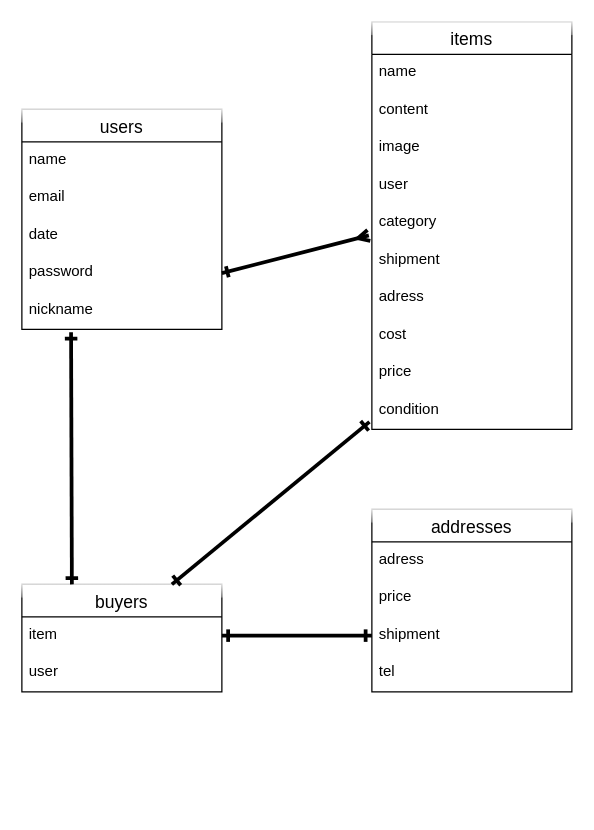
The draw.io diagram furima.dio in shota113/furima-39404, before the edit. Source tidied: cells renumbered, new cells numbered last; positions are measured from the earlier drawing's top-left corner, leaving out a move shared by most shapes. Both pictures are drawn from the tidied source at 125%, with x=0, y=0 at pixel (21, 21).
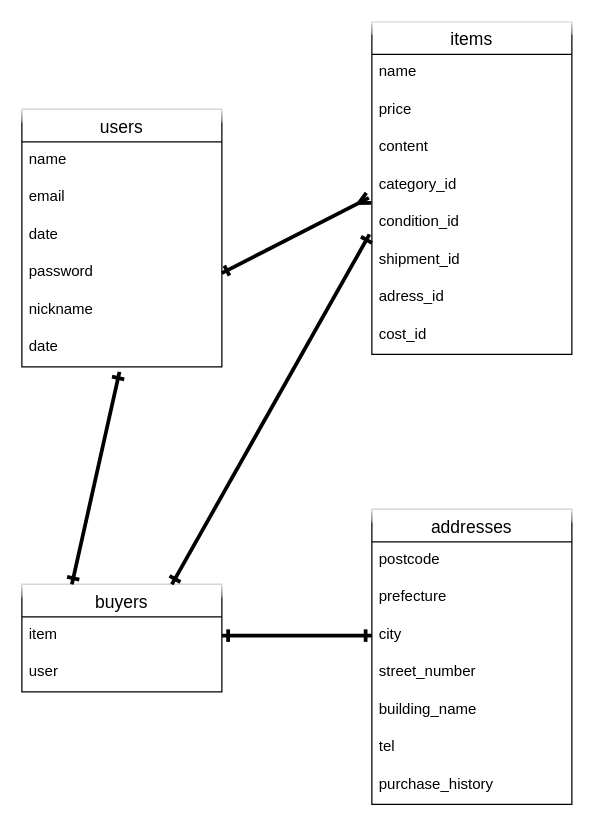
After the change.

The change refers to these unchanged cells:
```xml
<mxCell id="7" value="nickname" style="text;strokeColor=none;fillColor=none;spacingLeft=4;spacingRight=4;overflow=hidden;points=[[0,0.5],[1,0.5]];portConstraint=eastwest;fontSize=12;glass=1;labelBackgroundColor=default;labelBorderColor=none;" parent="2" vertex="1">
  <mxGeometry y="146" width="160" height="30" as="geometry" />
</mxCell>
<mxCell id="19" value="buyers" style="swimlane;fontStyle=0;horizontal=1;startSize=26;align=center;fontSize=14;glass=1;labelBackgroundColor=none;labelBorderColor=none;" parent="1" vertex="1">
  <mxGeometry y="450" width="160" height="86" as="geometry" />
</mxCell>
```

What changed in the source:
```diff
@@
     <mxCell id="2" value="users" style="swimlane;fontStyle=0;horizontal=1;startSize=26;align=center;fontSize=14;glass=1;labelBorderColor=none;swimlaneLine=1;fillColor=default;strokeColor=default;" parent="1" vertex="1">
-      <mxGeometry y="70" width="160" height="176" as="geometry" />
+      <mxGeometry y="70" width="160" height="206" as="geometry" />
     </mxCell>
@@
+    <mxCell id="31" value="date" style="text;strokeColor=none;fillColor=none;spacingLeft=4;spacingRight=4;overflow=hidden;points=[[0,0.5],[1,0.5]];portConstraint=eastwest;fontSize=12;glass=1;labelBackgroundColor=none;labelBorderColor=none;" parent="2" vertex="1">
+      <mxGeometry y="176" width="160" height="30" as="geometry" />
+    </mxCell>
     <mxCell id="8" value="items" style="swimlane;fontStyle=0;horizontal=1;startSize=26;align=center;fontSize=14;glass=1;" parent="1" vertex="1">
-      <mxGeometry x="280" width="160" height="326" as="geometry" />
+      <mxGeometry x="280" width="160" height="266" as="geometry" />
     </mxCell>
@@
+    <mxCell id="17" value="price" style="text;strokeColor=none;fillColor=none;spacingLeft=4;spacingRight=4;overflow=hidden;fontSize=12;glass=1;labelBackgroundColor=none;labelBorderColor=none;" parent="8" vertex="1">
+      <mxGeometry y="56" width="160" height="30" as="geometry" />
+    </mxCell>
     <mxCell id="10" value="content" style="text;strokeColor=none;fillColor=none;spacingLeft=4;spacingRight=4;overflow=hidden;fontSize=12;glass=1;" parent="8" vertex="1">
-      <mxGeometry y="56" width="160" height="30" as="geometry" />
+      <mxGeometry y="86" width="160" height="30" as="geometry" />
     </mxCell>
-    <mxCell id="11" value="image" style="text;strokeColor=none;fillColor=none;spacingLeft=4;spacingRight=4;overflow=hidden;fontSize=12;glass=1;" parent="8" vertex="1">
-      <mxGeometry y="86" width="160" height="30" as="geometry" />
-    </mxCell>
-    <mxCell id="12" value="user" style="text;strokeColor=none;fillColor=none;spacingLeft=4;spacingRight=4;overflow=hidden;fontSize=12;glass=1;" parent="8" vertex="1">
-      <mxGeometry y="116" width="160" height="30" as="geometry" />
-    </mxCell>
-    <mxCell id="13" value="category" style="text;strokeColor=none;fillColor=none;spacingLeft=4;spacingRight=4;overflow=hidden;points=[[0,0.5],[1,0.5]];portConstraint=eastwest;fontSize=12;glass=1;labelBackgroundColor=none;labelBorderColor=none;" parent="8" vertex="1">
-      <mxGeometry y="146" width="160" height="30" as="geometry" />
+    <mxCell id="13" value="category_id" style="text;strokeColor=none;fillColor=none;spacingLeft=4;spacingRight=4;overflow=hidden;points=[[0,0.5],[1,0.5]];portConstraint=eastwest;fontSize=12;glass=1;labelBackgroundColor=none;labelBorderColor=none;" parent="8" vertex="1">
+      <mxGeometry y="116" width="160" height="30" as="geometry" />
     </mxCell>
+    <mxCell id="18" value="condition_id" style="text;strokeColor=none;fillColor=none;spacingLeft=4;spacingRight=4;overflow=hidden;points=[[0,0.5],[1,0.5]];portConstraint=eastwest;fontSize=12;glass=1;labelBackgroundColor=none;labelBorderColor=none;" parent="8" vertex="1">
+      <mxGeometry y="146" width="160" height="30" as="geometry" />
+    </mxCell>
-    <mxCell id="14" value="shipment" style="text;strokeColor=none;fillColor=none;spacingLeft=4;spacingRight=4;overflow=hidden;fontSize=12;glass=1;labelBackgroundColor=none;labelBorderColor=none;" parent="8" vertex="1">
+    <mxCell id="14" value="shipment_id" style="text;strokeColor=none;fillColor=none;spacingLeft=4;spacingRight=4;overflow=hidden;fontSize=12;glass=1;labelBackgroundColor=none;labelBorderColor=none;" parent="8" vertex="1">
       <mxGeometry y="176" width="160" height="30" as="geometry" />
     </mxCell>
-    <mxCell id="15" value="adress" style="text;strokeColor=none;fillColor=none;spacingLeft=4;spacingRight=4;overflow=hidden;fontSize=12;glass=1;labelBackgroundColor=none;labelBorderColor=none;" parent="8" vertex="1">
+    <mxCell id="15" value="adress_id" style="text;strokeColor=none;fillColor=none;spacingLeft=4;spacingRight=4;overflow=hidden;fontSize=12;glass=1;labelBackgroundColor=none;labelBorderColor=none;" parent="8" vertex="1">
       <mxGeometry y="206" width="160" height="30" as="geometry" />
     </mxCell>
-    <mxCell id="16" value="cost" style="text;strokeColor=none;fillColor=none;spacingLeft=4;spacingRight=4;overflow=hidden;fontSize=12;glass=1;labelBackgroundColor=none;labelBorderColor=none;" parent="8" vertex="1">
+    <mxCell id="16" value="cost_id" style="text;strokeColor=none;fillColor=none;spacingLeft=4;spacingRight=4;overflow=hidden;fontSize=12;glass=1;labelBackgroundColor=none;labelBorderColor=none;" parent="8" vertex="1">
       <mxGeometry y="236" width="160" height="30" as="geometry" />
     </mxCell>
-    <mxCell id="17" value="price" style="text;strokeColor=none;fillColor=none;spacingLeft=4;spacingRight=4;overflow=hidden;fontSize=12;glass=1;labelBackgroundColor=none;labelBorderColor=none;" parent="8" vertex="1">
-      <mxGeometry y="266" width="160" height="30" as="geometry" />
-    </mxCell>
-    <mxCell id="18" value="condition" style="text;strokeColor=none;fillColor=none;spacingLeft=4;spacingRight=4;overflow=hidden;points=[[0,0.5],[1,0.5]];portConstraint=eastwest;fontSize=12;glass=1;labelBackgroundColor=none;labelBorderColor=none;" parent="8" vertex="1">
-      <mxGeometry y="296" width="160" height="30" as="geometry" />
-    </mxCell>
@@
     <mxCell id="22" value="addresses" style="swimlane;fontStyle=0;horizontal=1;startSize=26;align=center;fontSize=14;glass=1;" parent="1" vertex="1">
-      <mxGeometry x="280" y="390" width="160" height="146" as="geometry" />
+      <mxGeometry x="280" y="390" width="160" height="236" as="geometry" />
     </mxCell>
-    <mxCell id="23" value="adress   &#10;" style="text;strokeColor=none;fillColor=none;spacingLeft=4;spacingRight=4;overflow=hidden;fontSize=12;glass=1;" parent="22" vertex="1">
+    <mxCell id="23" value="postcode    " style="text;strokeColor=none;fillColor=none;spacingLeft=4;spacingRight=4;overflow=hidden;fontSize=12;glass=1;" parent="22" vertex="1">
       <mxGeometry y="26" width="160" height="30" as="geometry" />
     </mxCell>
-    <mxCell id="24" value="price" style="text;strokeColor=none;fillColor=none;spacingLeft=4;spacingRight=4;overflow=hidden;fontSize=12;glass=1;labelBackgroundColor=none;labelBorderColor=none;" parent="22" vertex="1">
+    <mxCell id="24" value="prefecture" style="text;strokeColor=none;fillColor=none;spacingLeft=4;spacingRight=4;overflow=hidden;fontSize=12;glass=1;labelBackgroundColor=none;labelBorderColor=none;" parent="22" vertex="1">
       <mxGeometry y="56" width="160" height="30" as="geometry" />
     </mxCell>
-    <mxCell id="25" value="shipment" style="text;strokeColor=none;fillColor=none;spacingLeft=4;spacingRight=4;overflow=hidden;points=[[0,0.5],[1,0.5]];portConstraint=eastwest;fontSize=12;glass=1;labelBackgroundColor=none;labelBorderColor=none;" parent="22" vertex="1">
+    <mxCell id="25" value="city" style="text;strokeColor=none;fillColor=none;spacingLeft=4;spacingRight=4;overflow=hidden;points=[[0,0.5],[1,0.5]];portConstraint=eastwest;fontSize=12;glass=1;labelBackgroundColor=none;labelBorderColor=none;" parent="22" vertex="1">
       <mxGeometry y="86" width="160" height="30" as="geometry" />
     </mxCell>
+    <mxCell id="32" value="street_number" style="text;strokeColor=none;fillColor=none;spacingLeft=4;spacingRight=4;overflow=hidden;fontSize=12;glass=1;labelBackgroundColor=none;labelBorderColor=none;" parent="22" vertex="1">
+      <mxGeometry y="116" width="160" height="30" as="geometry" />
+    </mxCell>
+    <mxCell id="33" value="building_name" style="text;strokeColor=none;fillColor=none;spacingLeft=4;spacingRight=4;overflow=hidden;fontSize=12;glass=1;labelBackgroundColor=none;labelBorderColor=none;" parent="22" vertex="1">
+      <mxGeometry y="146" width="160" height="30" as="geometry" />
+    </mxCell>
     <mxCell id="26" value="tel" style="text;strokeColor=none;fillColor=none;spacingLeft=4;spacingRight=4;overflow=hidden;fontSize=12;glass=1;labelBackgroundColor=none;labelBorderColor=none;whiteSpace=wrap;" parent="22" vertex="1">
-      <mxGeometry y="116" width="160" height="30" as="geometry" />
+      <mxGeometry y="176" width="160" height="30" as="geometry" />
     </mxCell>
+    <mxCell id="34" value="purchase_history" style="text;strokeColor=none;fillColor=none;spacingLeft=4;spacingRight=4;overflow=hidden;fontSize=12;glass=1;labelBackgroundColor=none;labelBorderColor=none;" parent="22" vertex="1">
+      <mxGeometry y="206" width="160" height="30" as="geometry" />
+    </mxCell>
@@
-    <mxCell id="28" style="edgeStyle=none;html=1;exitX=0.246;exitY=1.078;exitDx=0;exitDy=0;entryX=0.25;entryY=0;entryDx=0;entryDy=0;exitPerimeter=0;startArrow=ERone;startFill=0;endArrow=ERone;endFill=0;strokeWidth=3;" parent="1" edge="1" source="7" target="19">
+    <mxCell id="28" style="edgeStyle=none;html=1;exitX=0.488;exitY=1.133;exitDx=0;exitDy=0;entryX=0.25;entryY=0;entryDx=0;entryDy=0;exitPerimeter=0;startArrow=ERone;startFill=0;endArrow=ERone;endFill=0;strokeWidth=3;" parent="1" edge="1" source="31" target="19">
       <mxGeometry relative="1" as="geometry" />
     </mxCell>
```
